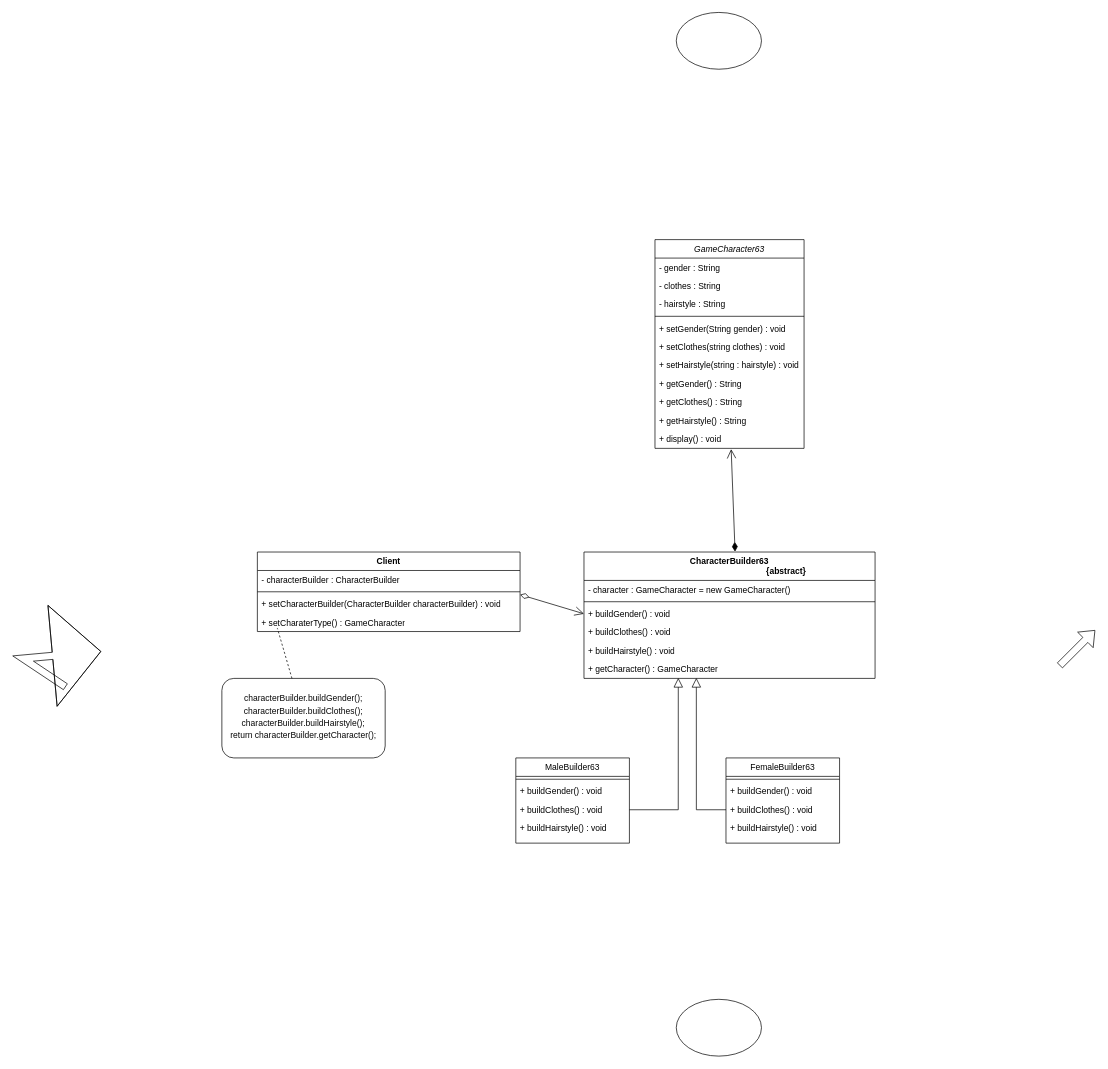
Earlier version of the draw.io diagram 123.drawio (MyBozai/Java). Source tidied: cells renumbered, new cells numbered last; positions are measured from the earlier drawing's top-left corner, leaving out a move shared by most shapes. Both pictures are drawn from the tidied source at 71%, with x=0, y=0 at pixel (23, 12).
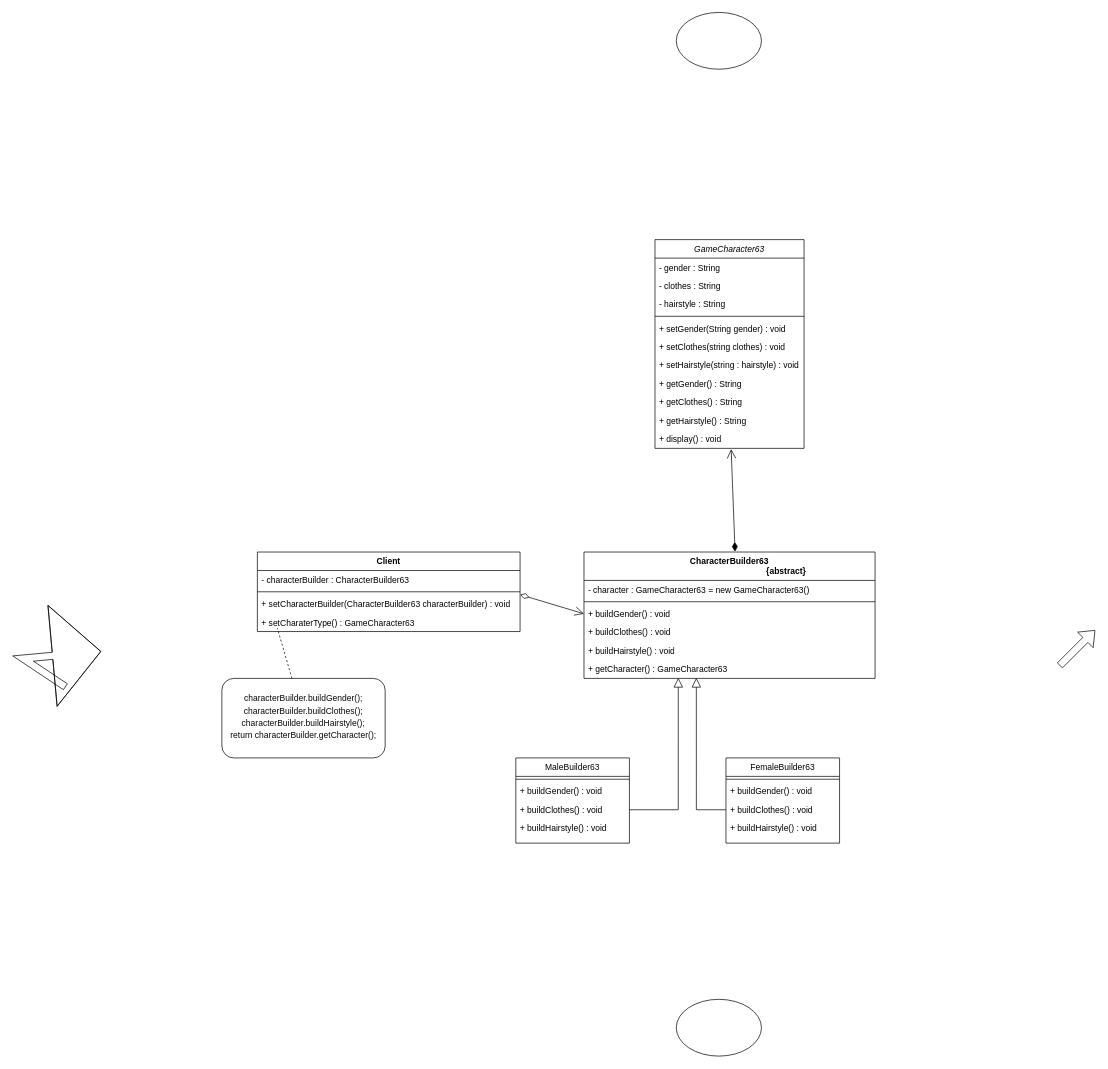
The same page after the edit.

Unchanged cells that the change refers to:
```xml
<mxCell id="24" value="CharacterBuilder63&lt;br&gt;&lt;span style=&quot;white-space: pre;&quot;&gt;&#9;&lt;/span&gt;&lt;span style=&quot;white-space: pre;&quot;&gt;&#9;&lt;/span&gt;&lt;span style=&quot;white-space: pre;&quot;&gt;&#9;&lt;/span&gt;&lt;span style=&quot;white-space: pre;&quot;&gt;&#9;&lt;/span&gt;&lt;span style=&quot;white-space: pre;&quot;&gt;&#9;&lt;/span&gt;&lt;span style=&quot;white-space: pre;&quot;&gt;&#9;&lt;/span&gt;{abstract}" style="swimlane;fontStyle=1;align=center;verticalAlign=top;horizontal=1;startSize=40;whiteSpace=wrap;html=1;" parent="1" vertex="1">
  <mxGeometry x="790" y="760" width="410" height="178" as="geometry" />
</mxCell>
<mxCell id="31" value="Client" style="swimlane;fontStyle=1;align=center;verticalAlign=top;horizontal=1;startSize=26;whiteSpace=wrap;html=1;" parent="1" vertex="1">
  <mxGeometry x="330" y="760" width="370" height="112" as="geometry" />
</mxCell>
```

Diff of the diagram source:
```diff
@@
-    <mxCell id="25" value="- character : GameCharacter = new GameCharacter()" style="text;strokeColor=none;fillColor=none;align=left;verticalAlign=top;spacingLeft=4;spacingRight=4;overflow=hidden;whiteSpace=wrap;html=1;" parent="24" vertex="1">
+    <mxCell id="25" value="- character : GameCharacter63 = new GameCharacter63()" style="text;strokeColor=none;fillColor=none;align=left;verticalAlign=top;spacingLeft=4;spacingRight=4;overflow=hidden;whiteSpace=wrap;html=1;" parent="24" vertex="1">
       <mxGeometry y="40" width="410" height="26" as="geometry" />
     </mxCell>
@@
-    <mxCell id="30" value="+&amp;nbsp;getCharacter() :&amp;nbsp;GameCharacter" style="text;strokeColor=none;fillColor=none;align=left;verticalAlign=top;spacingLeft=4;spacingRight=4;overflow=hidden;points=[[0,0.5],[1,0.5]];portConstraint=eastwest;whiteSpace=wrap;html=1;" parent="24" vertex="1">
+    <mxCell id="30" value="+&amp;nbsp;getCharacter() :&amp;nbsp;GameCharacter63" style="text;strokeColor=none;fillColor=none;align=left;verticalAlign=top;spacingLeft=4;spacingRight=4;overflow=hidden;points=[[0,0.5],[1,0.5]];portConstraint=eastwest;whiteSpace=wrap;html=1;" parent="24" vertex="1">
       <mxGeometry y="152" width="410" height="26" as="geometry" />
     </mxCell>
@@
-    <mxCell id="32" value="-&amp;nbsp;characterBuilder :&amp;nbsp;CharacterBuilder" style="text;strokeColor=none;fillColor=none;align=left;verticalAlign=top;spacingLeft=4;spacingRight=4;overflow=hidden;whiteSpace=wrap;html=1;" parent="31" vertex="1">
+    <mxCell id="32" value="-&amp;nbsp;characterBuilder :&amp;nbsp;CharacterBuilder63" style="text;strokeColor=none;fillColor=none;align=left;verticalAlign=top;spacingLeft=4;spacingRight=4;overflow=hidden;whiteSpace=wrap;html=1;" parent="31" vertex="1">
       <mxGeometry y="26" width="370" height="26" as="geometry" />
     </mxCell>
@@
-    <mxCell id="34" value="+ setCharacterBuilder(CharacterBuilder characterBuilder) : void" style="text;strokeColor=none;fillColor=none;align=left;verticalAlign=top;spacingLeft=4;spacingRight=4;overflow=hidden;whiteSpace=wrap;html=1;" parent="31" vertex="1">
+    <mxCell id="34" value="+ setCharacterBuilder(CharacterBuilder63 characterBuilder) : void" style="text;strokeColor=none;fillColor=none;align=left;verticalAlign=top;spacingLeft=4;spacingRight=4;overflow=hidden;whiteSpace=wrap;html=1;" parent="31" vertex="1">
       <mxGeometry y="60" width="370" height="26" as="geometry" />
     </mxCell>
-    <mxCell id="35" value="+&amp;nbsp;setCharaterType() :&amp;nbsp;GameCharacter" style="text;strokeColor=none;fillColor=none;align=left;verticalAlign=top;spacingLeft=4;spacingRight=4;overflow=hidden;points=[[0,0.5],[1,0.5]];portConstraint=eastwest;whiteSpace=wrap;html=1;" parent="31" vertex="1">
+    <mxCell id="35" value="+&amp;nbsp;setCharaterType() :&amp;nbsp;GameCharacter63" style="text;strokeColor=none;fillColor=none;align=left;verticalAlign=top;spacingLeft=4;spacingRight=4;overflow=hidden;points=[[0,0.5],[1,0.5]];portConstraint=eastwest;whiteSpace=wrap;html=1;" parent="31" vertex="1">
       <mxGeometry y="86" width="370" height="26" as="geometry" />
     </mxCell>
```
